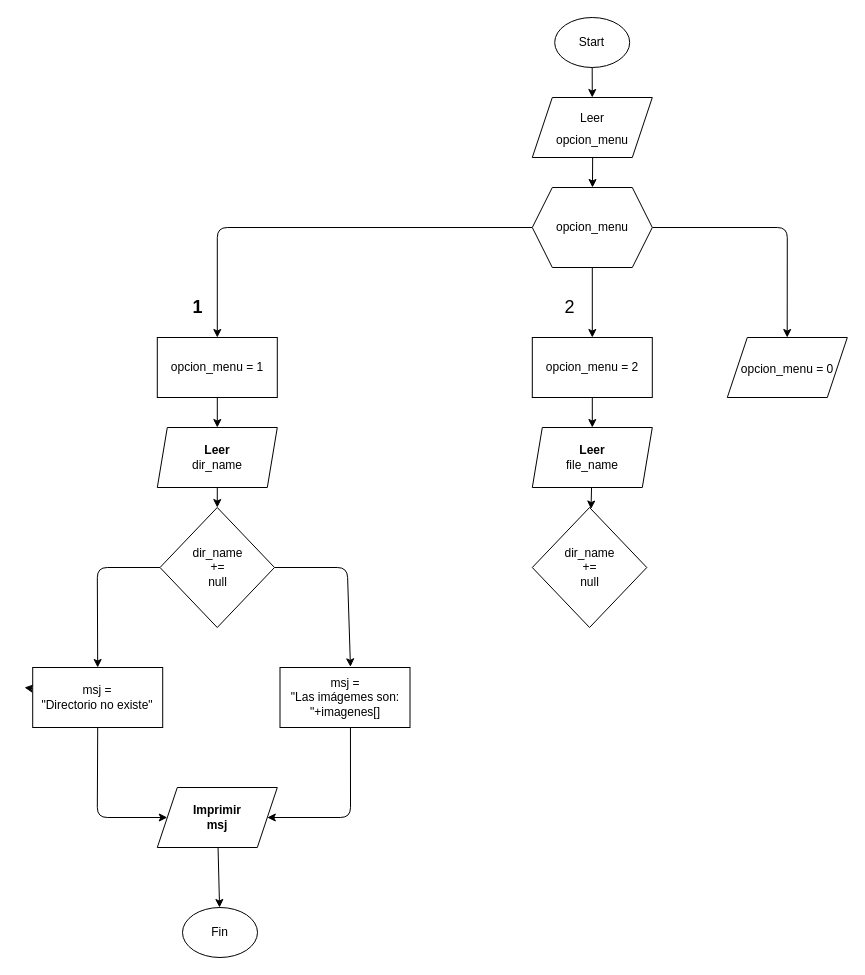
Above: Diagrams/general_diagram_iwm.drawio in rrojasj/ImgWatermark (draw.io), before the change. Source tidied: cells renumbered, new cells numbered last; positions are measured from the earlier drawing's top-left corner, leaving out a move shared by most shapes. Both pictures are drawn from the tidied source at 100%, with x=0, y=0 at pixel (24, 17).
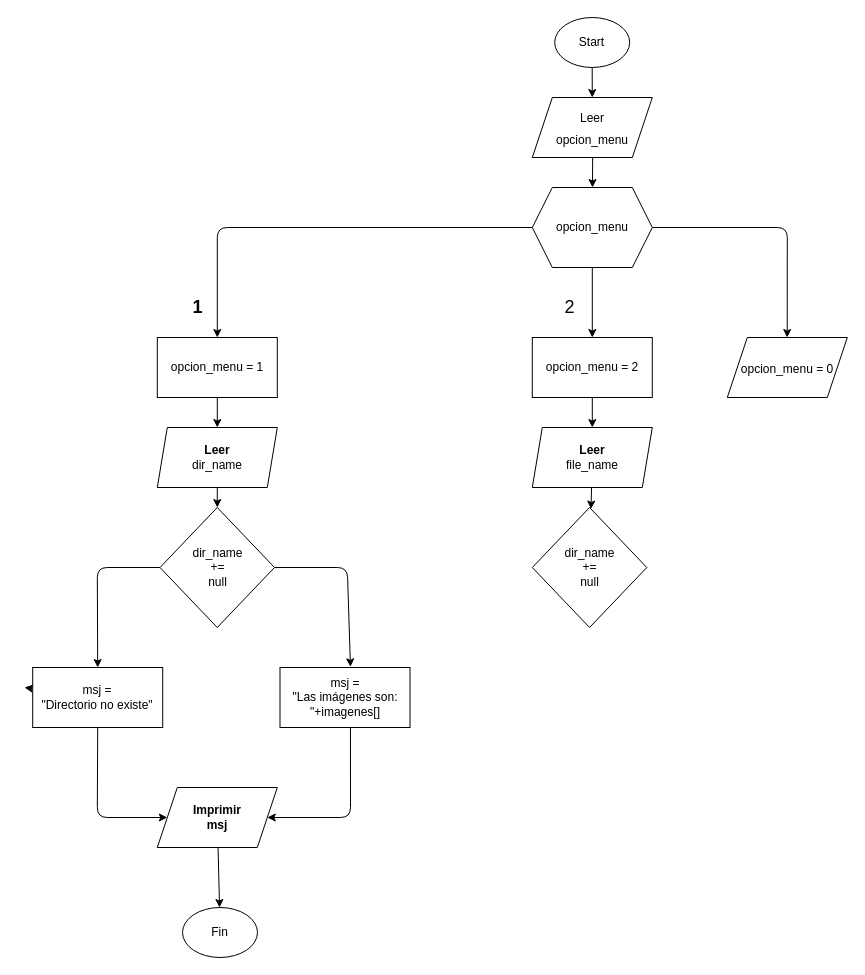
The same page after the edit.

Diff of the diagram source:
```diff
@@
-    <mxCell id="11" value="msj = &lt;br&gt;&quot;Las imágemes son: &quot;+imagenes[]" style="whiteSpace=wrap;html=1;" parent="1" vertex="1">
+    <mxCell id="11" value="msj = &lt;br&gt;&quot;Las imágenes son: &quot;+imagenes[]" style="whiteSpace=wrap;html=1;" parent="1" vertex="1">
       <mxGeometry x="255.5" y="650" width="130" height="60" as="geometry" />
     </mxCell>
```
